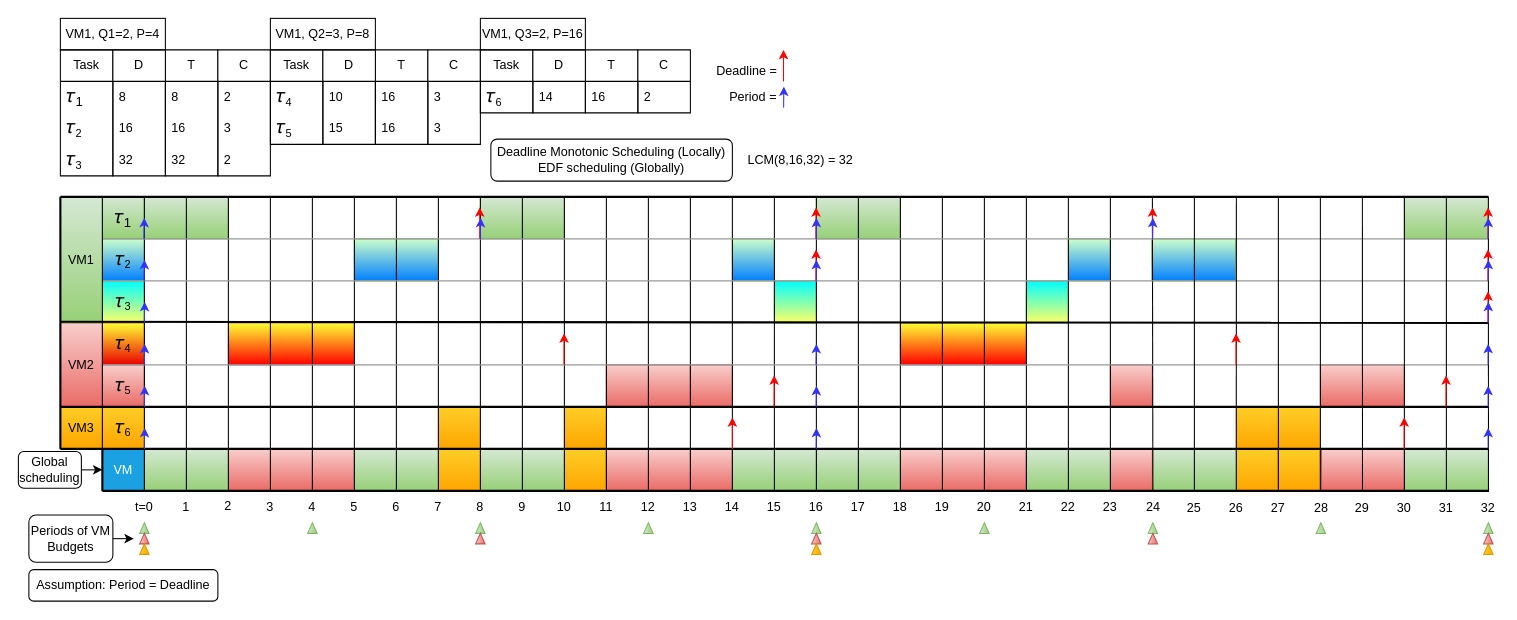
Earlier version of the draw.io diagram Assignment5/AssQ3b.drawio (emiilbro/DVA482). Source tidied: cells renumbered, new cells numbered last; positions are measured from the earlier drawing's top-left corner, leaving out a move shared by most shapes. Both pictures are drawn from the tidied source at 105%, with x=0, y=0 at pixel (18, 18).
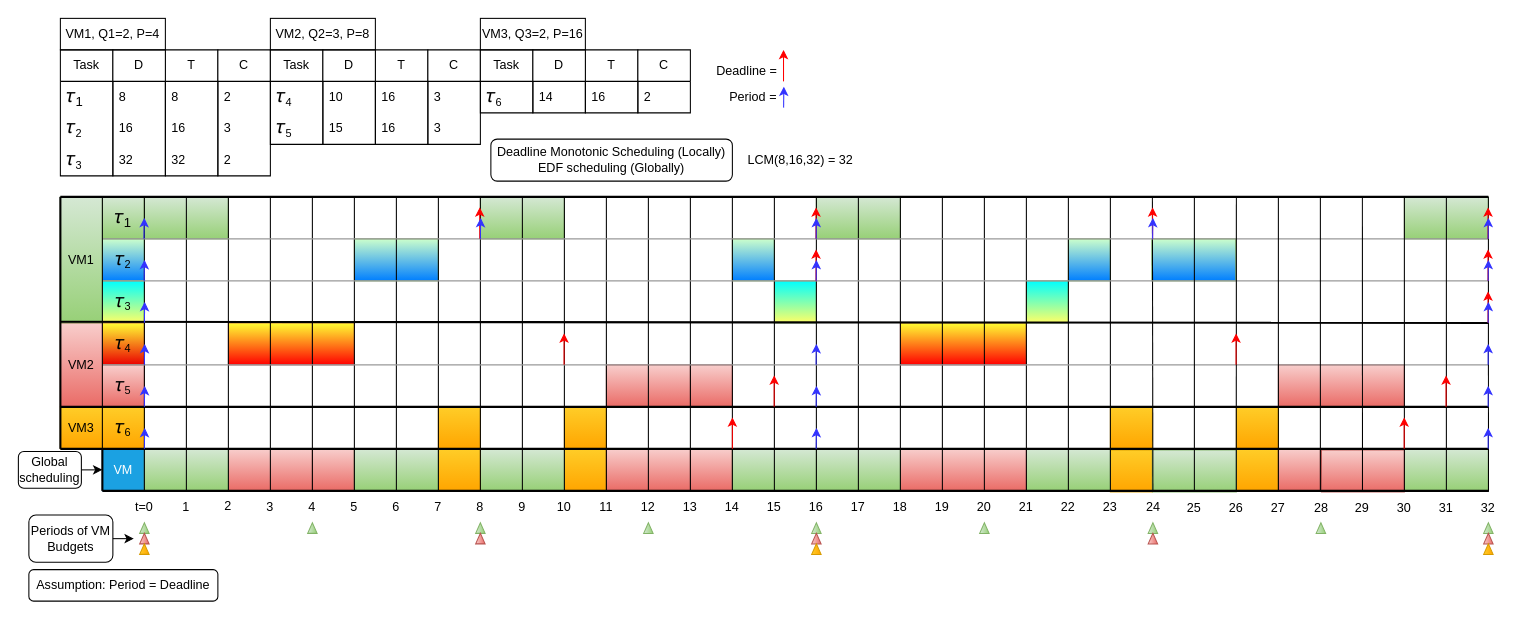
After the change.

Diff of the diagram source:
```diff
@@
+    <mxCell id="227" style="rounded=0;whiteSpace=wrap;html=1;fillColor=#ffcd28;gradientColor=#ffa500;strokeColor=#d79b00;" parent="1" vertex="1">
+      <mxGeometry x="1040" y="370" width="40" height="40" as="geometry" />
+    </mxCell>
+    <mxCell id="24" style="rounded=0;whiteSpace=wrap;html=1;fillColor=#ffcd28;gradientColor=#ffa500;strokeColor=#d79b00;" parent="1" vertex="1">
+      <mxGeometry x="1040" y="411" width="40" height="40" as="geometry" />
+    </mxCell>
@@
     <mxCell id="16" style="rounded=0;whiteSpace=wrap;html=1;fillColor=#ffcd28;gradientColor=#ffa500;strokeColor=#d79b00;" parent="1" vertex="1">
-      <mxGeometry x="1160" y="370" width="80" height="40" as="geometry" />
+      <mxGeometry x="1160" y="370" width="40" height="40" as="geometry" />
     </mxCell>
     <mxCell id="17" style="rounded=0;whiteSpace=wrap;html=1;fillColor=#f8cecc;gradientColor=#ea6b66;strokeColor=#b85450;" parent="1" vertex="1">
-      <mxGeometry x="1240" y="330" width="80" height="40" as="geometry" />
+      <mxGeometry x="1200" y="330" width="120" height="40" as="geometry" />
     </mxCell>
-    <mxCell id="18" style="rounded=0;whiteSpace=wrap;html=1;fillColor=#f8cecc;gradientColor=#ea6b66;strokeColor=#b85450;" parent="1" vertex="1">
-      <mxGeometry x="1040" y="330" width="40" height="40" as="geometry" />
-    </mxCell>
@@
     <mxCell id="22" style="rounded=0;whiteSpace=wrap;html=1;fillColor=#f8cecc;gradientColor=#ea6b66;strokeColor=#b85450;" parent="1" vertex="1">
-      <mxGeometry x="1241" y="410" width="79" height="40" as="geometry" />
+      <mxGeometry x="1241" y="411" width="79" height="40" as="geometry" />
     </mxCell>
     <mxCell id="23" style="rounded=0;whiteSpace=wrap;html=1;fillColor=#ffcd28;gradientColor=#ffa500;strokeColor=#d79b00;" parent="1" vertex="1">
-      <mxGeometry x="1199.5" y="410" width="40" height="40" as="geometry" />
+      <mxGeometry x="1160" y="410" width="40" height="40" as="geometry" />
     </mxCell>
-    <mxCell id="24" style="rounded=0;whiteSpace=wrap;html=1;fillColor=#ffcd28;gradientColor=#ffa500;strokeColor=#d79b00;" parent="1" vertex="1">
-      <mxGeometry x="1159.5" y="410" width="40" height="40" as="geometry" />
-    </mxCell>
     <mxCell id="25" style="rounded=0;whiteSpace=wrap;html=1;fillColor=#d5e8d4;gradientColor=#97d077;strokeColor=#82b366;" parent="1" vertex="1">
-      <mxGeometry x="1080" y="410" width="80" height="40" as="geometry" />
+      <mxGeometry x="1080" y="411" width="80" height="40" as="geometry" />
     </mxCell>
     <mxCell id="26" style="rounded=0;whiteSpace=wrap;html=1;fillColor=#f8cecc;gradientColor=#ea6b66;strokeColor=#b85450;" parent="1" vertex="1">
-      <mxGeometry x="1040" y="410" width="40" height="40" as="geometry" />
+      <mxGeometry x="1200" y="410" width="40" height="40" as="geometry" />
     </mxCell>
@@
-    <mxCell id="222" value="&lt;font style=&quot;font-size: 12px;&quot;&gt;VM1, Q2=3, P=8&lt;/font&gt;" style="rounded=0;whiteSpace=wrap;html=1;fillColor=none;" parent="1" vertex="1">
+    <mxCell id="222" value="&lt;font style=&quot;font-size: 12px;&quot;&gt;VM2, Q2=3, P=8&lt;/font&gt;" style="rounded=0;whiteSpace=wrap;html=1;fillColor=none;" parent="1" vertex="1">
       <mxGeometry x="240" width="100" height="30" as="geometry" />
     </mxCell>
-    <mxCell id="223" value="&lt;font style=&quot;font-size: 12px;&quot;&gt;VM1, Q3=2, P=16&lt;/font&gt;" style="rounded=0;whiteSpace=wrap;html=1;fillColor=none;" parent="1" vertex="1">
+    <mxCell id="223" value="&lt;font style=&quot;font-size: 12px;&quot;&gt;VM3, Q3=2, P=16&lt;/font&gt;" style="rounded=0;whiteSpace=wrap;html=1;fillColor=none;" parent="1" vertex="1">
       <mxGeometry x="440" width="100" height="30" as="geometry" />
     </mxCell>
```
